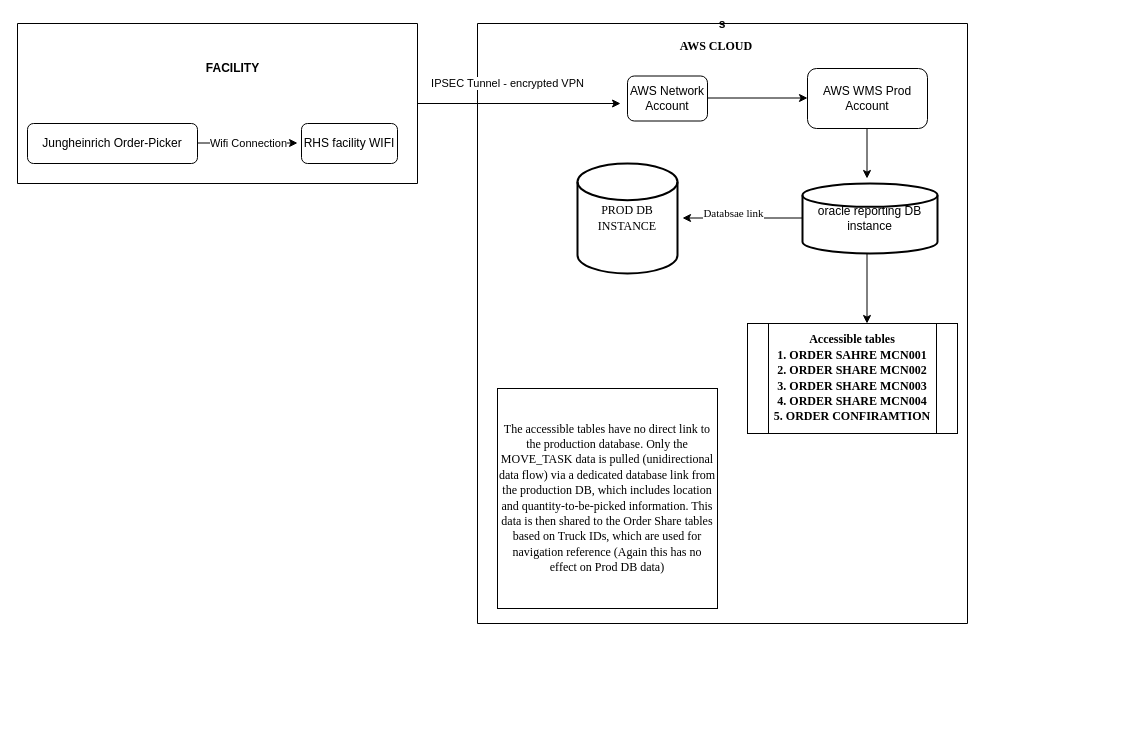
Earlier version of the draw.io diagram Untitled Diagram.drawio (Sathya-1610/Jungheinrich-Flowchart). Source tidied: cells renumbered, new cells numbered last; positions are measured from the earlier drawing's top-left corner, leaving out a move shared by most shapes. Both pictures are drawn from the tidied source at 100%, with x=0, y=0 at pixel (17, 23).
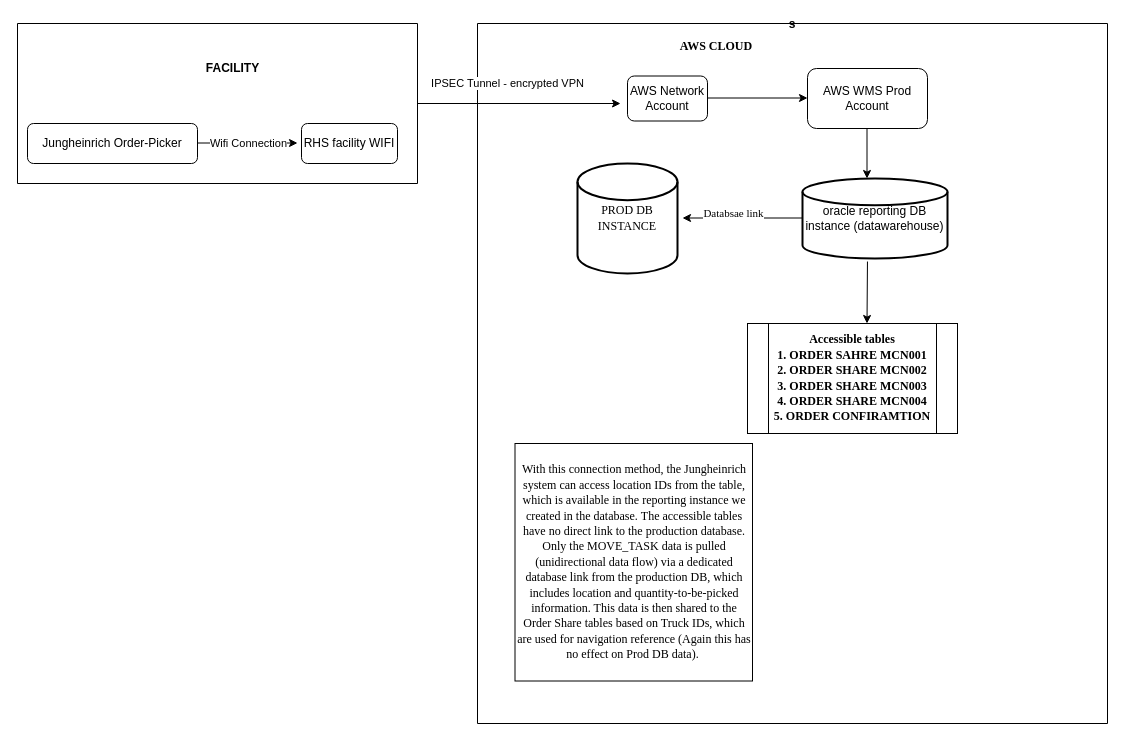
The same diagram, later.

Diff of the diagram source:
```diff
@@
     <mxCell id="8" value="s" style="swimlane;startSize=0;" parent="1" vertex="1">
-      <mxGeometry x="460" width="490" height="600" as="geometry" />
+      <mxGeometry x="460" width="630" height="700" as="geometry" />
     </mxCell>
@@
-    <mxCell id="11" value="oracle reporting DB instance" style="strokeWidth=2;html=1;shape=mxgraph.flowchart.database;whiteSpace=wrap;" parent="8" vertex="1">
-      <mxGeometry x="325" y="160" width="135" height="70" as="geometry" />
+    <mxCell id="11" value="oracle reporting DB instance (datawarehouse)" style="strokeWidth=2;html=1;shape=mxgraph.flowchart.database;whiteSpace=wrap;" parent="8" vertex="1">
+      <mxGeometry x="325" y="155" width="145" height="80" as="geometry" />
     </mxCell>
@@
-    <mxCell id="16" style="endArrow=classic;html=1;rounded=0;hachureGap=4;fontFamily=Architects Daughter;" parent="8" edge="1">
-      <mxGeometry relative="1" as="geometry">
-        <mxPoint x="389.5" y="230" as="sourcePoint" />
-        <mxPoint x="389.5" y="300" as="targetPoint" />
-      </mxGeometry>
-    </mxCell>
@@
-    <mxCell id="18" value="&lt;font face=&quot;Times New Roman&quot;&gt;The accessible tables have no direct link to the production database. Only the MOVE_TASK data is pulled (unidirectional data flow) via a dedicated database link from the production DB, which includes location and quantity-to-be-picked information. This data is then shared to the Order Share tables based on Truck IDs, which are used for navigation reference (Again this has no effect on Prod DB data)&lt;/font&gt;" style="whiteSpace=wrap;html=1;hachureGap=4;fontFamily=Architects Daughter;" parent="8" vertex="1">
-      <mxGeometry x="20" y="365" width="220" height="220" as="geometry" />
+    <mxCell id="18" value="&lt;span style=&quot;font-family: &amp;quot;Times New Roman&amp;quot;; text-align: left;&quot;&gt;With this connection method, the Jungheinrich system&amp;nbsp;&lt;/span&gt;&lt;span style=&quot;font-family: &amp;quot;Times New Roman&amp;quot;; text-align: left;&quot;&gt;can access location IDs from the table, which is available in the reporting instance we created in the database.&amp;nbsp;&lt;/span&gt;&lt;font face=&quot;Times New Roman&quot;&gt;The accessible tables have no direct link to the production database. Only the MOVE_TASK data is pulled (unidirectional data flow) via a dedicated database link from the production DB, which includes location and quantity-to-be-picked information. This data is then shared to the Order Share tables based on Truck IDs, which are used for navigation reference (Again this has no effect on Prod DB data).&amp;nbsp;&lt;/font&gt;" style="whiteSpace=wrap;html=1;hachureGap=4;fontFamily=Architects Daughter;" parent="8" vertex="1">
+      <mxGeometry x="37.5" y="420" width="237.5" height="237.5" as="geometry" />
     </mxCell>
@@
+    <mxCell id="24" style="edgeStyle=none;jettySize=auto;html=1;rounded=0;hachureGap=4;fontFamily=Architects Daughter;exitX=0.448;exitY=1.038;exitDx=0;exitDy=0;exitPerimeter=0;" parent="8" edge="1" source="11">
+      <mxGeometry relative="1" as="geometry">
+        <mxPoint x="389.5" y="300" as="targetPoint" />
+      </mxGeometry>
+    </mxCell>
```
